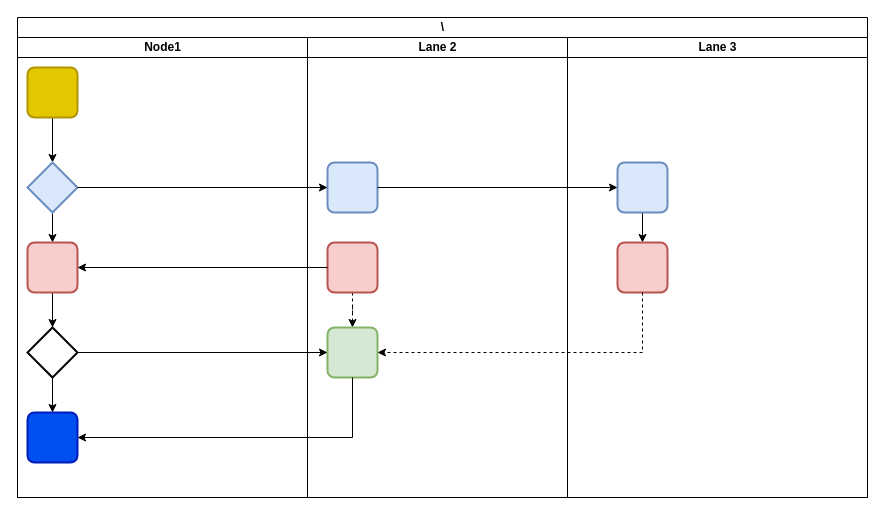
Above: TestDiagram2.drawio in episphere/doc (draw.io), before the change. Source tidied: cells renumbered, new cells numbered last; positions are measured from the earlier drawing's top-left corner, leaving out a move shared by most shapes. Both pictures are drawn from the tidied source at 100%, with x=0, y=0 at pixel (17, 17).
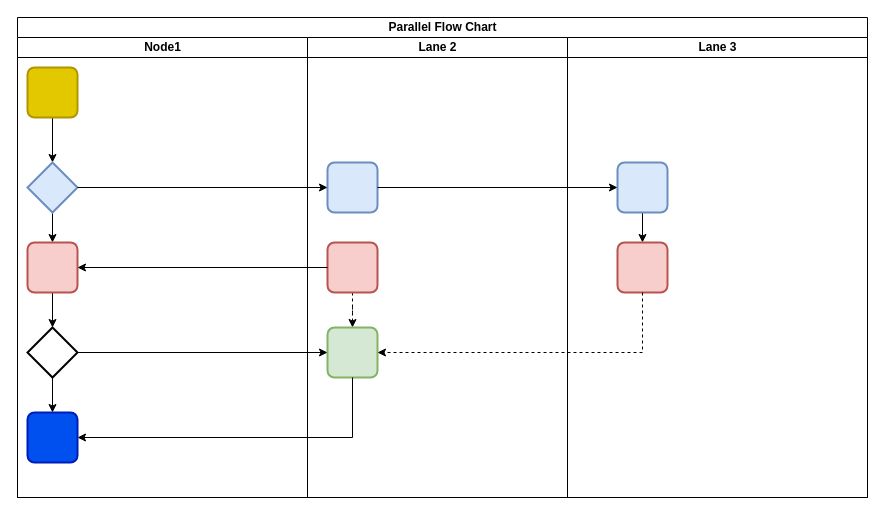
After the change.

Change to the diagram source:
```diff
@@
-    <mxCell id="2" value="\" style="swimlane;html=1;startSize=20;" parent="1" vertex="1">
+    <mxCell id="2" value="&lt;font face=&quot;Arial&quot;&gt;Parallel Flow Chart&lt;/font&gt;" style="swimlane;html=1;startSize=20;" parent="1" vertex="1">
       <mxGeometry width="850" height="480" as="geometry" />
     </mxCell>
@@
-    <mxCell id="13" value="Lane 2" style="swimlane;html=1;startSize=20;" parent="2" vertex="1">
+    <mxCell id="13" value="Lane 2" style="swimlane;html=1;startSize=20;fontFamily=Arial;" parent="2" vertex="1">
       <mxGeometry x="290" y="20" width="260" height="460" as="geometry" />
     </mxCell>
```
